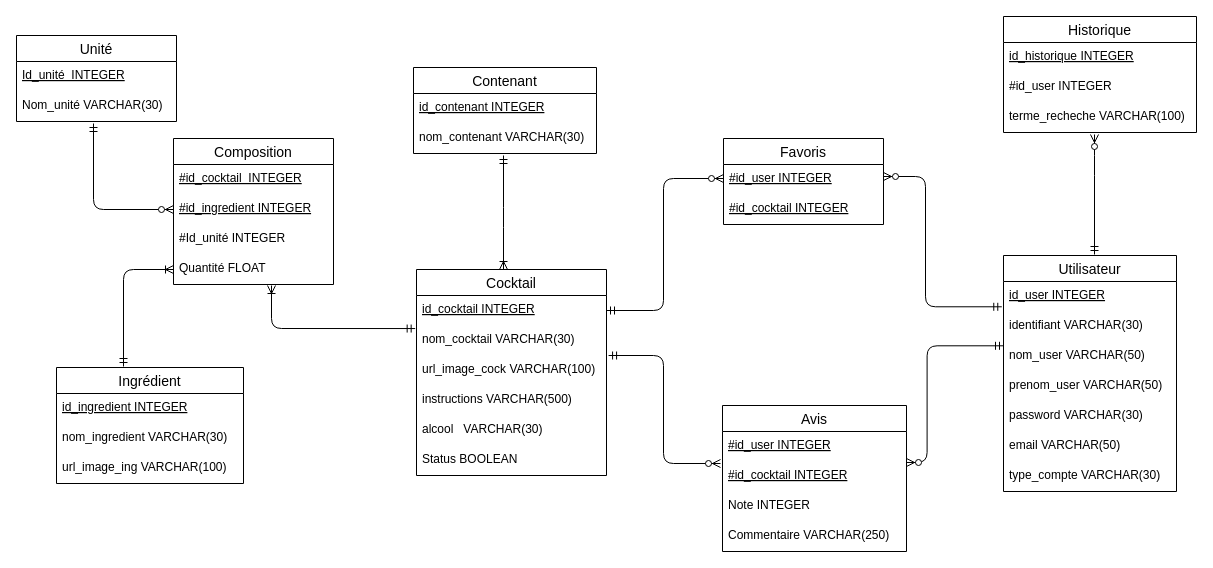
snouatin/ProjetInfo2A keeps this draw.io diagram as Diagramme de Base de données.drawio. Above is the earlier version. Source tidied: cells renumbered, new cells numbered last; positions are measured from the earlier drawing's top-left corner, leaving out a move shared by most shapes. Both pictures are drawn from the tidied source at 100%, with x=0, y=0 at pixel (16, 16).
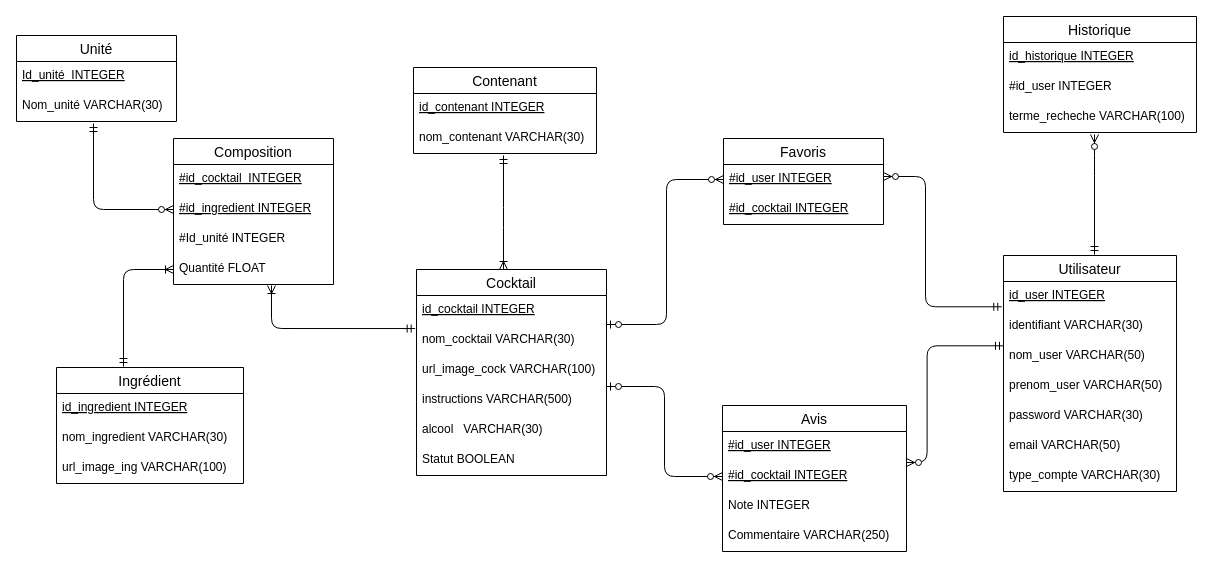
The same diagram, later.

The change refers to these unchanged cells:
```xml
<mxCell id="23" value="Cocktail" style="swimlane;fontStyle=0;horizontal=1;startSize=26;align=center;fontSize=14;" parent="1" vertex="1">
  <mxGeometry x="400" y="253" width="190" height="206" as="geometry" />
</mxCell>
<mxCell id="24" value="id_cocktail INTEGER" style="text;strokeColor=none;fillColor=none;spacingLeft=4;spacingRight=4;overflow=hidden;points=[[0,0.5],[1,0.5]];portConstraint=eastwest;fontSize=12;fontStyle=4;" parent="23" vertex="1">
  <mxGeometry y="26" width="190" height="30" as="geometry" />
</mxCell>
<mxCell id="26" value="url_image_cock VARCHAR(100)" style="text;strokeColor=none;fillColor=none;spacingLeft=4;spacingRight=4;overflow=hidden;points=[[0,0.5],[1,0.5]];portConstraint=eastwest;fontSize=12;" parent="23" vertex="1">
  <mxGeometry y="86" width="190" height="30" as="geometry" />
</mxCell>
<mxCell id="31" value="#id_user INTEGER" style="text;strokeColor=none;fillColor=none;spacingLeft=4;spacingRight=4;overflow=hidden;points=[[0,0.5],[1,0.5]];portConstraint=eastwest;fontSize=12;fontStyle=4;" parent="30" vertex="1">
  <mxGeometry y="26" width="160" height="30" as="geometry" />
</mxCell>
<mxCell id="35" value="#id_cocktail INTEGER" style="text;strokeColor=none;fillColor=none;spacingLeft=4;spacingRight=4;overflow=hidden;points=[[0,0.5],[1,0.5]];portConstraint=eastwest;fontSize=12;fontStyle=4;" parent="33" vertex="1">
  <mxGeometry y="56" width="184" height="30" as="geometry" />
</mxCell>
```

The edit, as a diff of the source:
```diff
@@
-    <mxCell id="6" style="edgeStyle=elbowEdgeStyle;fontSize=12;html=1;endArrow=ERzeroToMany;startArrow=ERmandOne;exitX=1;exitY=0.5;exitDx=0;exitDy=0;" parent="1" edge="1" source="24">
-      <mxGeometry relative="1" as="geometry">
-        <mxPoint x="707" y="162" as="targetPoint" />
-        <Array as="points">
-          <mxPoint x="647" y="239" />
-        </Array>
-      </mxGeometry>
-    </mxCell>
@@
-    <mxCell id="8" style="edgeStyle=elbowEdgeStyle;fontSize=12;html=1;endArrow=ERzeroToMany;startArrow=ERmandOne;exitX=1.011;exitY=0;exitDx=0;exitDy=0;exitPerimeter=0;" parent="1" edge="1" source="26">
-      <mxGeometry relative="1" as="geometry">
-        <mxPoint x="704" y="447" as="targetPoint" />
-        <Array as="points">
-          <mxPoint x="647" y="286" />
-        </Array>
-      </mxGeometry>
-    </mxCell>
@@
-    <mxCell id="29" value="Status BOOLEAN" style="text;strokeColor=none;fillColor=none;spacingLeft=4;spacingRight=4;overflow=hidden;fontSize=12;" parent="23" vertex="1">
+    <mxCell id="29" value="Statut BOOLEAN" style="text;strokeColor=none;fillColor=none;spacingLeft=4;spacingRight=4;overflow=hidden;fontSize=12;" parent="23" vertex="1">
       <mxGeometry y="176" width="190" height="30" as="geometry" />
     </mxCell>
@@
+    <mxCell id="53" style="edgeStyle=elbowEdgeStyle;fontSize=12;html=1;endArrow=ERzeroToMany;startArrow=ERzeroToOne;entryX=0;entryY=0.5;entryDx=0;entryDy=0;" parent="1" edge="1" target="31">
+      <mxGeometry relative="1" as="geometry">
+        <mxPoint x="590" y="308" as="sourcePoint" />
+        <Array as="points">
+          <mxPoint x="650" y="240" />
+        </Array>
+      </mxGeometry>
+    </mxCell>
+    <mxCell id="54" style="edgeStyle=elbowEdgeStyle;fontSize=12;html=1;endArrow=ERzeroToMany;startArrow=ERzeroToOne;entryX=0;entryY=0.5;entryDx=0;entryDy=0;" parent="1" edge="1" target="35">
+      <mxGeometry relative="1" as="geometry">
+        <mxPoint x="590" y="370" as="sourcePoint" />
+      </mxGeometry>
+    </mxCell>
```
